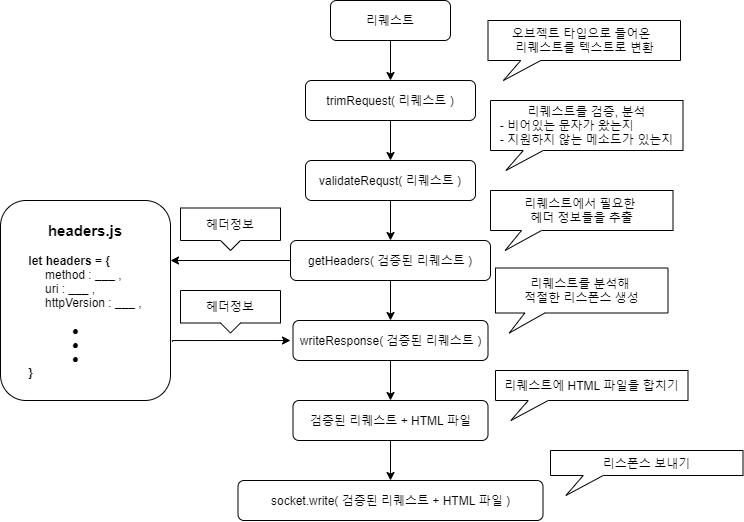
This is 작동방식.png from ChansooKim316/draw.io, a draw.io export, as it was before one commit. Source tidied: cells renumbered, new cells last; positions are measured from the earlier drawing's top-left corner, leaving out a move shared by most shapes.
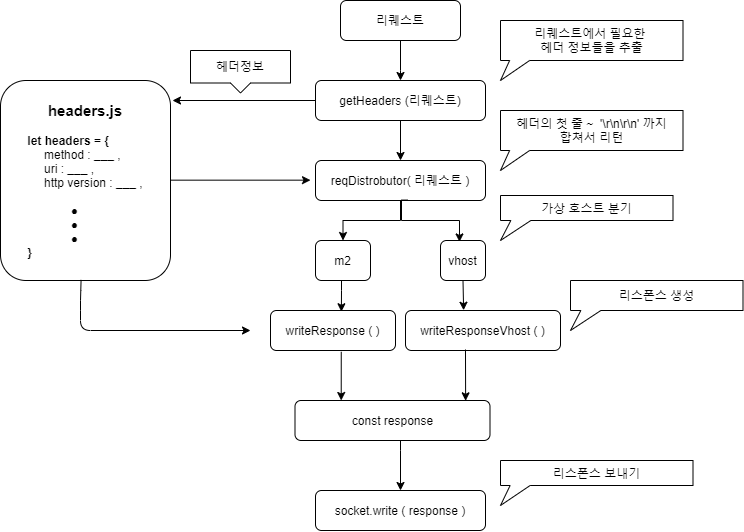
The same file after the commit.

Change to the diagram source:
```diff
@@ -3,83 +3,120 @@
     <mxCell id="0" />
     <mxCell id="1" parent="0" />
     <mxCell id="2" style="edgeStyle=orthogonalEdgeStyle;rounded=0;jettySize=auto;html=1;strokeColor=#000000;" parent="1" edge="1" source="3" target="5">
-      <mxGeometry relative="1" as="geometry" />
+      <mxGeometry relative="1" as="geometry">
+        <Array as="points">
+          <mxPoint x="398" y="70" />
+          <mxPoint x="398" y="70" />
+        </Array>
+      </mxGeometry>
     </mxCell>
     <mxCell id="3" value="리퀘스트" style="rounded=1;whiteSpace=wrap;html=1;fontSize=12;glass=0;strokeWidth=1;shadow=0;" parent="1" vertex="1">
-      <mxGeometry x="330" width="120" height="40" as="geometry" />
+      <mxGeometry x="338" width="120" height="40" as="geometry" />
     </mxCell>
-    <mxCell id="4" style="edgeStyle=orthogonalEdgeStyle;rounded=0;jettySize=auto;html=1;entryX=0.5;entryY=0;entryDx=0;entryDy=0;" parent="1" edge="1" source="5">
-      <mxGeometry relative="1" as="geometry">
-        <mxPoint x="390" y="160" as="targetPoint" />
-      </mxGeometry>
-    </mxCell>
-    <mxCell id="5" value="trimRequest( 리퀘스트 )" style="rounded=1;whiteSpace=wrap;html=1;fontSize=12;glass=0;strokeWidth=1;shadow=0;" parent="1" vertex="1">
-      <mxGeometry x="305" y="80" width="170" height="40" as="geometry" />
+    <mxCell id="5" value="getHeaders (리퀘스트)" style="rounded=1;whiteSpace=wrap;html=1;fontSize=12;glass=0;strokeWidth=1;shadow=0;" parent="1" vertex="1">
+      <mxGeometry x="313" y="80" width="170" height="40" as="geometry" />
     </mxCell>
     <mxCell id="6" style="edgeStyle=orthogonalEdgeStyle;rounded=0;jettySize=auto;html=1;entryX=0.5;entryY=0;entryDx=0;entryDy=0;strokeColor=#000000;" parent="1" edge="1" source="7" target="10">
       <mxGeometry relative="1" as="geometry" />
     </mxCell>
-    <mxCell id="7" value="validateRequst( 리퀘스트 )" style="rounded=1;whiteSpace=wrap;html=1;fontSize=12;glass=0;strokeWidth=1;shadow=0;" parent="1" vertex="1">
-      <mxGeometry x="305" y="160" width="170" height="40" as="geometry" />
+    <mxCell id="7" value="reqDistrobutor( 리퀘스트 )" style="rounded=1;whiteSpace=wrap;html=1;fontSize=12;glass=0;strokeWidth=1;shadow=0;" parent="1" vertex="1">
+      <mxGeometry x="313" y="160" width="170" height="40" as="geometry" />
     </mxCell>
-    <mxCell id="8" style="edgeStyle=orthogonalEdgeStyle;rounded=0;jettySize=auto;html=1;strokeColor=#000000;" parent="1" edge="1" source="10" target="12">
-      <mxGeometry relative="1" as="geometry" />
+    <mxCell id="8" style="edgeStyle=orthogonalEdgeStyle;rounded=0;jettySize=auto;html=1;strokeColor=#000000;entryX=0.567;entryY=0.031;entryDx=0;entryDy=0;entryPerimeter=0;" parent="1" edge="1" source="10" target="12">
+      <mxGeometry relative="1" as="geometry">
+        <Array as="points">
+          <mxPoint x="339" y="290" />
+          <mxPoint x="339" y="290" />
+        </Array>
+      </mxGeometry>
     </mxCell>
-    <mxCell id="9" style="edgeStyle=orthogonalEdgeStyle;rounded=0;jettySize=auto;html=1;entryX=1;entryY=0.3;entryDx=0;entryDy=0;entryPerimeter=0;strokeColor=#000000;" parent="1" edge="1" source="10" target="17">
-      <mxGeometry relative="1" as="geometry" />
-    </mxCell>
-    <mxCell id="10" value="getHeaders( 검증된 리퀘스트 )" style="rounded=1;whiteSpace=wrap;html=1;fontSize=12;glass=0;strokeWidth=1;shadow=0;" parent="1" vertex="1">
-      <mxGeometry x="290" y="240" width="200" height="40" as="geometry" />
+    <mxCell id="10" value="m2" style="rounded=1;whiteSpace=wrap;html=1;fontSize=12;glass=0;strokeWidth=1;shadow=0;" parent="1" vertex="1">
+      <mxGeometry x="313" y="240" width="55" height="40" as="geometry" />
     </mxCell>
-    <mxCell id="11" style="edgeStyle=orthogonalEdgeStyle;rounded=0;jettySize=auto;html=1;entryX=0.5;entryY=0;entryDx=0;entryDy=0;strokeColor=#000000;" parent="1" edge="1" source="12" target="14">
-      <mxGeometry relative="1" as="geometry" />
-    </mxCell>
-    <mxCell id="12" value="writeResponse( 검증된 리퀘스트 )" style="rounded=1;whiteSpace=wrap;html=1;fontSize=12;glass=0;strokeWidth=1;shadow=0;" parent="1" vertex="1">
-      <mxGeometry x="292.5" y="320" width="195" height="40" as="geometry" />
+    <mxCell id="12" value="writeResponse ( )" style="rounded=1;whiteSpace=wrap;html=1;fontSize=12;glass=0;strokeWidth=1;shadow=0;" parent="1" vertex="1">
+      <mxGeometry x="268" y="310" width="125" height="40" as="geometry" />
     </mxCell>
     <mxCell id="13" style="edgeStyle=orthogonalEdgeStyle;rounded=0;jettySize=auto;html=1;entryX=0.5;entryY=0;entryDx=0;entryDy=0;strokeColor=#000000;" parent="1" edge="1" source="14" target="15">
-      <mxGeometry relative="1" as="geometry" />
+      <mxGeometry relative="1" as="geometry">
+        <Array as="points">
+          <mxPoint x="398" y="450" />
+          <mxPoint x="398" y="450" />
+        </Array>
+      </mxGeometry>
     </mxCell>
-    <mxCell id="14" value="검증된 리퀘스트 + HTML 파일" style="rounded=1;whiteSpace=wrap;html=1;fontSize=12;glass=0;strokeWidth=1;shadow=0;" parent="1" vertex="1">
+    <mxCell id="14" value="const response" style="rounded=1;whiteSpace=wrap;html=1;fontSize=12;glass=0;strokeWidth=1;shadow=0;" parent="1" vertex="1">
       <mxGeometry x="292.5" y="400" width="195" height="40" as="geometry" />
     </mxCell>
-    <mxCell id="15" value="socket.write( 검증된 리퀘스트 + HTML 파일 )" style="rounded=1;whiteSpace=wrap;html=1;fontSize=12;glass=0;strokeWidth=1;shadow=0;" parent="1" vertex="1">
-      <mxGeometry x="237.5" y="480" width="305" height="40" as="geometry" />
+    <mxCell id="15" value="socket.write ( response )" style="rounded=1;whiteSpace=wrap;html=1;fontSize=12;glass=0;strokeWidth=1;shadow=0;" parent="1" vertex="1">
+      <mxGeometry x="313" y="490" width="170" height="40" as="geometry" />
     </mxCell>
-    <mxCell id="16" style="edgeStyle=orthogonalEdgeStyle;rounded=0;jettySize=auto;html=1;strokeColor=#000000;exitX=1.011;exitY=0.707;exitDx=0;exitDy=0;exitPerimeter=0;" parent="1" edge="1" source="17">
-      <mxGeometry relative="1" as="geometry">
-        <mxPoint x="290" y="340" as="targetPoint" />
-        <Array as="points">
-          <mxPoint x="172" y="340" />
-        </Array>
-      </mxGeometry>
-    </mxCell>
-    <mxCell id="17" value="&lt;div&gt;&lt;b style=&quot;font-size: 15px&quot;&gt;headers.js&lt;/b&gt;&lt;/div&gt;&lt;div style=&quot;text-align: justify&quot;&gt;&lt;br&gt;&lt;/div&gt;&lt;div style=&quot;text-align: justify&quot;&gt;&lt;b&gt;let headers = {&lt;/b&gt;&lt;/div&gt;&lt;div style=&quot;text-align: justify&quot;&gt;&lt;span&gt;&amp;nbsp; &amp;nbsp; &amp;nbsp;method : ___ ,&lt;/span&gt;&lt;/div&gt;&lt;div style=&quot;text-align: justify&quot;&gt;&lt;span&gt;&amp;nbsp; &amp;nbsp; &amp;nbsp;uri : ___ ,&lt;/span&gt;&lt;/div&gt;&lt;div style=&quot;text-align: justify&quot;&gt;&lt;span&gt;&amp;nbsp; &amp;nbsp; &amp;nbsp;httpVersion : ___ ,&lt;/span&gt;&lt;/div&gt;&lt;div style=&quot;text-align: justify&quot;&gt;&lt;br&gt;&lt;/div&gt;&lt;div style=&quot;text-align: justify&quot;&gt;&lt;span&gt;&amp;nbsp; &amp;nbsp; &amp;nbsp; &amp;nbsp; &amp;nbsp; &amp;nbsp; &amp;nbsp;●&lt;/span&gt;&lt;/div&gt;&lt;div style=&quot;text-align: justify&quot;&gt;&lt;span&gt;&amp;nbsp; &amp;nbsp; &amp;nbsp; &amp;nbsp; &amp;nbsp; &amp;nbsp; &amp;nbsp;●&lt;/span&gt;&lt;br&gt;&lt;/div&gt;&lt;div style=&quot;text-align: justify&quot;&gt;&lt;span&gt;&amp;nbsp; &amp;nbsp; &amp;nbsp; &amp;nbsp; &amp;nbsp; &amp;nbsp; &amp;nbsp;●&lt;/span&gt;&lt;/div&gt;&lt;div style=&quot;text-align: justify&quot;&gt;&lt;b&gt;}&lt;/b&gt;&lt;br&gt;&lt;/div&gt;" style="rounded=1;whiteSpace=wrap;html=1;fontSize=12;glass=0;strokeWidth=1;shadow=0;align=center;" parent="1" vertex="1">
-      <mxGeometry y="200" width="170" height="200" as="geometry" />
+    <mxCell id="17" value="&lt;div&gt;&lt;b style=&quot;font-size: 15px&quot;&gt;headers.js&lt;/b&gt;&lt;/div&gt;&lt;div style=&quot;text-align: justify&quot;&gt;&lt;br&gt;&lt;/div&gt;&lt;div style=&quot;text-align: justify&quot;&gt;&lt;b&gt;let headers = {&lt;/b&gt;&lt;/div&gt;&lt;div style=&quot;text-align: justify&quot;&gt;&lt;span&gt;&amp;nbsp; &amp;nbsp; &amp;nbsp;method : ___ ,&lt;/span&gt;&lt;/div&gt;&lt;div style=&quot;text-align: justify&quot;&gt;&lt;span&gt;&amp;nbsp; &amp;nbsp; &amp;nbsp;uri : ___ ,&lt;/span&gt;&lt;/div&gt;&lt;div style=&quot;text-align: justify&quot;&gt;&lt;span&gt;&amp;nbsp; &amp;nbsp; &amp;nbsp;http version : ___ ,&lt;/span&gt;&lt;/div&gt;&lt;div style=&quot;text-align: justify&quot;&gt;&lt;br&gt;&lt;/div&gt;&lt;div style=&quot;text-align: justify&quot;&gt;&lt;span&gt;&amp;nbsp; &amp;nbsp; &amp;nbsp; &amp;nbsp; &amp;nbsp; &amp;nbsp; &amp;nbsp;●&lt;/span&gt;&lt;/div&gt;&lt;div style=&quot;text-align: justify&quot;&gt;&lt;span&gt;&amp;nbsp; &amp;nbsp; &amp;nbsp; &amp;nbsp; &amp;nbsp; &amp;nbsp; &amp;nbsp;●&lt;/span&gt;&lt;br&gt;&lt;/div&gt;&lt;div style=&quot;text-align: justify&quot;&gt;&lt;span&gt;&amp;nbsp; &amp;nbsp; &amp;nbsp; &amp;nbsp; &amp;nbsp; &amp;nbsp; &amp;nbsp;●&lt;/span&gt;&lt;/div&gt;&lt;div style=&quot;text-align: justify&quot;&gt;&lt;b&gt;}&lt;/b&gt;&lt;br&gt;&lt;/div&gt;" style="rounded=1;whiteSpace=wrap;html=1;fontSize=12;glass=0;strokeWidth=1;shadow=0;align=center;" parent="1" vertex="1">
+      <mxGeometry x="-2" y="80" width="170" height="200" as="geometry" />
     </mxCell>
-    <mxCell id="18" value="오브젝트 타입으로 들어온&amp;nbsp; &lt;br&gt;리퀘스트를 텍스트로 변환" style="shape=callout;whiteSpace=wrap;html=1;perimeter=calloutPerimeter;position2=0.08;size=20;position=0.17;" parent="1" vertex="1">
-      <mxGeometry x="487.5" y="20" width="192.5" height="60" as="geometry" />
-    </mxCell>
-    <mxCell id="19" value="리퀘스트를 검증, 분석&lt;br&gt;&lt;div style=&quot;text-align: left&quot;&gt;&lt;span&gt;- 비어있는 문자가 왔는지&lt;/span&gt;&lt;/div&gt;&lt;div style=&quot;text-align: left&quot;&gt;&lt;span&gt;- 지원하지 않는 메소드가 있는지&lt;/span&gt;&lt;/div&gt;" style="shape=callout;whiteSpace=wrap;html=1;perimeter=calloutPerimeter;position2=0.08;size=20;position=0.17;" parent="1" vertex="1">
-      <mxGeometry x="490" y="100" width="192.5" height="70" as="geometry" />
-    </mxCell>
-    <mxCell id="20" value="리퀘스트에서 필요한 &lt;br&gt;헤더 정보들을 추출" style="shape=callout;whiteSpace=wrap;html=1;perimeter=calloutPerimeter;position2=0.08;size=20;position=0.17;" parent="1" vertex="1">
-      <mxGeometry x="490" y="190" width="182.5" height="60" as="geometry" />
+    <mxCell id="20" value="리퀘스트에서 필요한 &lt;br&gt;헤더 정보들을 추출" style="shape=callout;whiteSpace=wrap;html=1;perimeter=calloutPerimeter;position2=0;size=20;position=0.05;" parent="1" vertex="1">
+      <mxGeometry x="498" y="20" width="182.5" height="60" as="geometry" />
     </mxCell>
-    <mxCell id="21" value="리퀘스트를 분석해 &lt;br&gt;적절한 리스폰스 생성" style="shape=callout;whiteSpace=wrap;html=1;perimeter=calloutPerimeter;position2=0.08;size=20;position=0.17;" parent="1" vertex="1">
-      <mxGeometry x="495" y="267.5" width="172.5" height="65" as="geometry" />
+    <mxCell id="21" value="리스폰스 생성" style="shape=callout;whiteSpace=wrap;html=1;perimeter=calloutPerimeter;position2=0;size=20;position=0.06;" parent="1" vertex="1">
+      <mxGeometry x="568" y="280" width="172.5" height="50" as="geometry" />
     </mxCell>
-    <mxCell id="22" value="리퀘스트에 HTML 파일을 합치기" style="shape=callout;whiteSpace=wrap;html=1;perimeter=calloutPerimeter;position2=0.08;size=20;position=0.17;" parent="1" vertex="1">
-      <mxGeometry x="495" y="370" width="192.5" height="50" as="geometry" />
-    </mxCell>
-    <mxCell id="23" value="리스폰스 보내기" style="shape=callout;whiteSpace=wrap;html=1;perimeter=calloutPerimeter;position2=0.08;size=20;position=0.17;" parent="1" vertex="1">
-      <mxGeometry x="550" y="450" width="192.5" height="45" as="geometry" />
+    <mxCell id="23" value="리스폰스 보내기" style="shape=callout;whiteSpace=wrap;html=1;perimeter=calloutPerimeter;position2=0;size=20;position=0.05;" parent="1" vertex="1">
+      <mxGeometry x="498" y="460" width="192.5" height="45" as="geometry" />
     </mxCell>
     <mxCell id="24" value="헤더정보&lt;span style=&quot;color: rgba(0 , 0 , 0 , 0) ; font-family: monospace ; font-size: 0px&quot;&gt;%3CmxGraphModel%3E%3Croot%3E%3CmxCell%20id%3D%220%22%2F%3E%3CmxCell%20id%3D%221%22%20parent%3D%220%22%2F%3E%3CmxCell%20id%3D%222%22%20value%3D%22%EB%A6%AC%ED%80%98%EC%8A%A4%ED%8A%B8%EC%97%90%20HTML%20%ED%8C%8C%EC%9D%BC%EC%9D%84%20%ED%95%A9%EC%B9%98%EA%B8%B0%22%20style%3D%22shape%3Dcallout%3BwhiteSpace%3Dwrap%3Bhtml%3D1%3Bperimeter%3DcalloutPerimeter%3Bposition2%3D0.08%3Bsize%3D20%3Bposition%3D0.17%3B%22%20vertex%3D%221%22%20parent%3D%221%22%3E%3CmxGeometry%20x%3D%22570%22%20y%3D%22510%22%20width%3D%22192.5%22%20height%3D%2270%22%20as%3D%22geometry%22%2F%3E%3C%2FmxCell%3E%3C%2Froot%3E%3C%2FmxGraphModel%3E&lt;/span&gt;" style="shape=callout;whiteSpace=wrap;html=1;perimeter=calloutPerimeter;size=10;position=0.4;" parent="1" vertex="1">
-      <mxGeometry x="180" y="207.5" width="100" height="42.5" as="geometry" />
+      <mxGeometry x="188" y="50" width="100" height="42.5" as="geometry" />
     </mxCell>
-    <mxCell id="25" value="헤더정보&lt;span style=&quot;color: rgba(0 , 0 , 0 , 0) ; font-family: monospace ; font-size: 0px&quot;&gt;%3CmxGraphModel%3E%3Croot%3E%3CmxCell%20id%3D%220%22%2F%3E%3CmxCell%20id%3D%221%22%20parent%3D%220%22%2F%3E%3CmxCell%20id%3D%222%22%20value%3D%22%EB%A6%AC%ED%80%98%EC%8A%A4%ED%8A%B8%EC%97%90%20HTML%20%ED%8C%8C%EC%9D%BC%EC%9D%84%20%ED%95%A9%EC%B9%98%EA%B8%B0%22%20style%3D%22shape%3Dcallout%3BwhiteSpace%3Dwrap%3Bhtml%3D1%3Bperimeter%3DcalloutPerimeter%3Bposition2%3D0.08%3Bsize%3D20%3Bposition%3D0.17%3B%22%20vertex%3D%221%22%20parent%3D%221%22%3E%3CmxGeometry%20x%3D%22570%22%20y%3D%22510%22%20width%3D%22192.5%22%20height%3D%2270%22%20as%3D%22geometry%22%2F%3E%3C%2FmxCell%3E%3C%2Froot%3E%3C%2FmxGraphModel%3E&lt;/span&gt;" style="shape=callout;whiteSpace=wrap;html=1;perimeter=calloutPerimeter;size=10;position=0.4;" parent="1" vertex="1">
-      <mxGeometry x="180" y="290" width="100" height="42.5" as="geometry" />
-    </mxCell>
+    <mxCell id="26" value="vhost" style="rounded=1;whiteSpace=wrap;html=1;fontSize=12;glass=0;strokeWidth=1;shadow=0;" parent="1" vertex="1">
+      <mxGeometry x="438" y="240" width="45" height="40" as="geometry" />
+    </mxCell>
+    <mxCell id="27" value="writeResponseVhost ( )" style="rounded=1;whiteSpace=wrap;html=1;fontSize=12;glass=0;strokeWidth=1;shadow=0;" parent="1" vertex="1">
+      <mxGeometry x="403" y="310" width="155" height="40" as="geometry" />
+    </mxCell>
+    <mxCell id="28" style="edgeStyle=orthogonalEdgeStyle;rounded=0;jettySize=auto;html=1;strokeColor=#000000;exitX=0.544;exitY=0.989;exitDx=0;exitDy=0;exitPerimeter=0;entryX=0.422;entryY=0.036;entryDx=0;entryDy=0;entryPerimeter=0;" parent="1" edge="1" source="7" target="26">
+      <mxGeometry relative="1" as="geometry">
+        <Array as="points">
+          <mxPoint x="399" y="200" />
+          <mxPoint x="399" y="220" />
+          <mxPoint x="457" y="220" />
+        </Array>
+      </mxGeometry>
+    </mxCell>
+    <mxCell id="29" style="endArrow=classic;html=1;exitX=0.5;exitY=1;exitDx=0;exitDy=0;entryX=0.375;entryY=-0.006;entryDx=0;entryDy=0;entryPerimeter=0;" parent="1" edge="1" source="26" target="27">
+      <mxGeometry relative="1" as="geometry" />
+    </mxCell>
+    <mxCell id="30" style="endArrow=classic;html=1;exitX=0.5;exitY=1;exitDx=0;exitDy=0;entryX=0.5;entryY=0;entryDx=0;entryDy=0;" parent="1" edge="1" source="5" target="7">
+      <mxGeometry relative="1" as="geometry" />
+    </mxCell>
+    <mxCell id="31" style="endArrow=classic;html=1;entryX=0.875;entryY=0.008;entryDx=0;entryDy=0;entryPerimeter=0;exitX=0.387;exitY=0.975;exitDx=0;exitDy=0;exitPerimeter=0;" parent="1" edge="1" source="27" target="14">
+      <mxGeometry relative="1" as="geometry" />
+    </mxCell>
+    <mxCell id="11" style="endArrow=classic;html=1;entryX=0.237;entryY=0;entryDx=0;entryDy=0;entryPerimeter=0;exitX=0.566;exitY=1.031;exitDx=0;exitDy=0;exitPerimeter=0;" parent="1" edge="1" source="12" target="14">
+      <mxGeometry relative="1" as="geometry" />
+    </mxCell>
+    <mxCell id="32" style="endArrow=classic;html=1;exitX=0;exitY=0.5;exitDx=0;exitDy=0;" parent="1" edge="1" source="5">
+      <mxGeometry relative="1" as="geometry">
+        <mxPoint x="170" y="100" as="targetPoint" />
+      </mxGeometry>
+    </mxCell>
+    <mxCell id="33" style="endArrow=classic;html=1;" parent="1" edge="1">
+      <mxGeometry relative="1" as="geometry">
+        <mxPoint x="168" y="179.7" as="sourcePoint" />
+        <mxPoint x="308" y="179.7" as="targetPoint" />
+      </mxGeometry>
+    </mxCell>
+    <mxCell id="34" style="endArrow=classic;html=1;exitX=0.474;exitY=0.997;exitDx=0;exitDy=0;exitPerimeter=0;" parent="1" edge="1" source="17">
+      <mxGeometry relative="1" as="geometry">
+        <mxPoint x="248" y="330" as="targetPoint" />
+        <Array as="points">
+          <mxPoint x="78" y="300" />
+          <mxPoint x="78" y="330" />
+        </Array>
+      </mxGeometry>
+    </mxCell>
+    <mxCell id="35" value="헤더의 첫 줄 ~&amp;nbsp; '\r\n\r\n' 까지&lt;br&gt;합쳐서 리턴" style="shape=callout;whiteSpace=wrap;html=1;perimeter=calloutPerimeter;position2=0;size=20;position=0.05;" parent="1" vertex="1">
+      <mxGeometry x="498" y="110" width="182.5" height="60" as="geometry" />
+    </mxCell>
+    <mxCell id="36" value="가상 호스트 분기" style="shape=callout;whiteSpace=wrap;html=1;perimeter=calloutPerimeter;position2=0;size=20;position=0.06;" parent="1" vertex="1">
+      <mxGeometry x="498" y="195" width="172.5" height="45" as="geometry" />
+    </mxCell>
   </root>
 </mxGraphModel>
```
